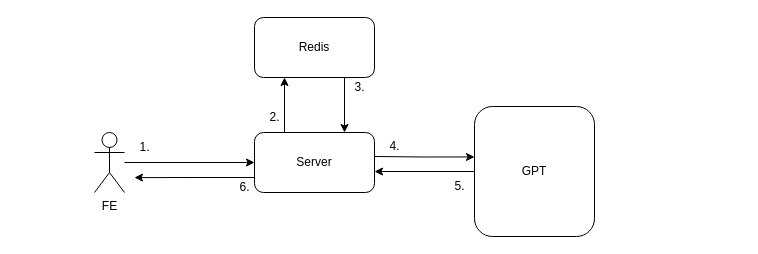
Earlier version of the draw.io diagram page "架构" (1 of 7) of docs/chatops.drawio (StLeoX/chatops). Source tidied: cells renumbered, new cells numbered last; positions are measured from the earlier drawing's top-left corner, leaving out a move shared by most shapes. Both pictures are drawn from the tidied source at 100%, with x=0, y=0 at pixel (94, 17).
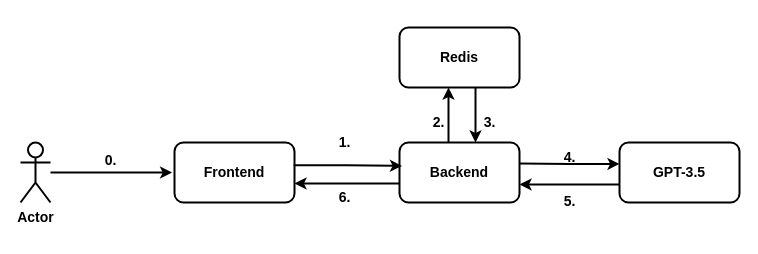
The same diagram, later.

Change to the diagram source:
```diff
@@
-    <mxCell id="2" style="edgeStyle=orthogonalEdgeStyle;rounded=0;jettySize=auto;html=1;" parent="1" edge="1" source="3" target="7">
-      <mxGeometry relative="1" as="geometry" />
+    <mxCell id="2" style="edgeStyle=orthogonalEdgeStyle;rounded=0;jettySize=auto;html=1;entryX=-0.02;entryY=0.368;entryDx=0;entryDy=0;entryPerimeter=0;strokeWidth=2;fontSize=14;fontStyle=1;" parent="1" edge="1" source="3">
+      <mxGeometry relative="1" as="geometry">
+        <mxPoint x="77.6" y="155.1" as="targetPoint" />
+      </mxGeometry>
     </mxCell>
-    <mxCell id="3" value="FE" style="shape=umlActor;verticalLabelPosition=bottom;verticalAlign=top;html=1;outlineConnect=0;" parent="1" vertex="1">
-      <mxGeometry y="115" width="30" height="60" as="geometry" />
+    <mxCell id="3" value="Actor" style="shape=umlActor;verticalLabelPosition=bottom;verticalAlign=top;html=1;outlineConnect=0;strokeWidth=2;fontSize=14;fontStyle=1;" parent="1" vertex="1">
+      <mxGeometry x="-74" y="125" width="30" height="60" as="geometry" />
     </mxCell>
-    <mxCell id="4" style="edgeStyle=orthogonalEdgeStyle;rounded=0;jettySize=auto;html=1;exitX=0.25;exitY=0;exitDx=0;exitDy=0;entryX=0.25;entryY=1;entryDx=0;entryDy=0;" parent="1" edge="1" source="7" target="9">
-      <mxGeometry relative="1" as="geometry" />
+    <mxCell id="4" style="edgeStyle=orthogonalEdgeStyle;rounded=0;orthogonalLoop=1;jettySize=auto;html=1;exitX=0.25;exitY=0;exitDx=0;exitDy=0;entryX=0.25;entryY=1;entryDx=0;entryDy=0;strokeWidth=2;fontSize=14;fontStyle=1;" parent="1" edge="1">
+      <mxGeometry relative="1" as="geometry">
+        <mxPoint x="354" y="125" as="sourcePoint" />
+        <mxPoint x="354" y="70" as="targetPoint" />
+      </mxGeometry>
     </mxCell>
-    <mxCell id="5" style="edgeStyle=orthogonalEdgeStyle;rounded=0;jettySize=auto;html=1;exitX=1;exitY=0.25;exitDx=0;exitDy=0;entryX=0;entryY=0.388;entryDx=0;entryDy=0;entryPerimeter=0;" parent="1" edge="1" target="11">
+    <mxCell id="5" style="edgeStyle=orthogonalEdgeStyle;rounded=0;orthogonalLoop=1;jettySize=auto;html=1;exitX=1;exitY=0.25;exitDx=0;exitDy=0;entryX=0;entryY=0.388;entryDx=0;entryDy=0;entryPerimeter=0;strokeWidth=2;fontSize=14;fontStyle=1;" parent="1" edge="1">
       <mxGeometry relative="1" as="geometry">
-        <mxPoint x="280" y="139" as="sourcePoint" />
+        <mxPoint x="425" y="146" as="sourcePoint" />
+        <mxPoint x="525" y="146.4" as="targetPoint" />
       </mxGeometry>
     </mxCell>
-    <mxCell id="6" style="edgeStyle=orthogonalEdgeStyle;rounded=0;jettySize=auto;html=1;exitX=0;exitY=0.75;exitDx=0;exitDy=0;" parent="1" edge="1" source="7">
-      <mxGeometry relative="1" as="geometry">
-        <mxPoint x="40" y="160.1" as="targetPoint" />
-      </mxGeometry>
-    </mxCell>
+    <mxCell id="18" style="edgeStyle=orthogonalEdgeStyle;rounded=0;orthogonalLoop=1;jettySize=auto;html=1;exitX=0;exitY=0.75;exitDx=0;exitDy=0;entryX=1;entryY=0.75;entryDx=0;entryDy=0;strokeWidth=2;fontSize=14;fontStyle=1;" parent="1" edge="1">
+      <mxGeometry relative="1" as="geometry">
+        <mxPoint x="305" y="166" as="sourcePoint" />
+        <mxPoint x="200" y="166" as="targetPoint" />
+      </mxGeometry>
+    </mxCell>
-    <mxCell id="7" value="Server" style="rounded=1;whiteSpace=wrap;html=1;" parent="1" vertex="1">
-      <mxGeometry x="160" y="115" width="120" height="60" as="geometry" />
+    <mxCell id="7" value="Backend" style="rounded=1;whiteSpace=wrap;html=1;strokeWidth=2;fontSize=14;fontStyle=1;" parent="1" vertex="1">
+      <mxGeometry x="305" y="125" width="120" height="60" as="geometry" />
     </mxCell>
-    <mxCell id="8" style="edgeStyle=orthogonalEdgeStyle;rounded=0;jettySize=auto;html=1;exitX=0.75;exitY=1;exitDx=0;exitDy=0;entryX=0.75;entryY=0;entryDx=0;entryDy=0;" parent="1" edge="1" source="9" target="7">
-      <mxGeometry relative="1" as="geometry" />
+    <mxCell id="8" style="edgeStyle=orthogonalEdgeStyle;rounded=0;orthogonalLoop=1;jettySize=auto;html=1;exitX=0.75;exitY=1;exitDx=0;exitDy=0;entryX=0.75;entryY=0;entryDx=0;entryDy=0;strokeWidth=2;fontSize=14;fontStyle=1;" parent="1" edge="1">
+      <mxGeometry relative="1" as="geometry">
+        <mxPoint x="381" y="70" as="sourcePoint" />
+        <mxPoint x="381" y="125" as="targetPoint" />
+      </mxGeometry>
     </mxCell>
-    <mxCell id="9" value="Redis" style="rounded=1;whiteSpace=wrap;html=1;" parent="1" vertex="1">
-      <mxGeometry x="160" width="120" height="60" as="geometry" />
+    <mxCell id="9" value="Redis" style="rounded=1;whiteSpace=wrap;html=1;strokeWidth=2;fontSize=14;fontStyle=1;" parent="1" vertex="1">
+      <mxGeometry x="305" y="10" width="120" height="60" as="geometry" />
     </mxCell>
-    <mxCell id="10" style="edgeStyle=orthogonalEdgeStyle;rounded=0;jettySize=auto;html=1;" parent="1" edge="1" source="11">
+    <mxCell id="10" style="edgeStyle=orthogonalEdgeStyle;rounded=0;orthogonalLoop=1;jettySize=auto;html=1;strokeWidth=2;fontSize=14;fontStyle=1;" parent="1" edge="1">
       <mxGeometry relative="1" as="geometry">
-        <mxPoint x="280" y="154" as="targetPoint" />
+        <mxPoint x="525" y="167" as="sourcePoint" />
+        <mxPoint x="425" y="167" as="targetPoint" />
       </mxGeometry>
     </mxCell>
-    <mxCell id="11" value="GPT" style="rounded=1;whiteSpace=wrap;html=1;" parent="1" vertex="1">
-      <mxGeometry x="380" y="89" width="120" height="130" as="geometry" />
-    </mxCell>
-    <mxCell id="12" value="1." style="text;html=1;align=center;verticalAlign=middle;strokeColor=none;fillColor=none;" parent="1" vertex="1">
-      <mxGeometry x="35" y="115" width="30" height="30" as="geometry" />
+    <mxCell id="12" value="1." style="text;html=1;align=center;verticalAlign=middle;strokeColor=none;fillColor=none;strokeWidth=2;fontSize=14;fontStyle=1;" parent="1" vertex="1">
+      <mxGeometry x="230" y="110" width="40" height="30" as="geometry" />
     </mxCell>
-    <mxCell id="13" value="2." style="text;html=1;align=center;verticalAlign=middle;strokeColor=none;fillColor=none;" parent="1" vertex="1">
-      <mxGeometry x="165" y="85" width="30" height="30" as="geometry" />
+    <mxCell id="13" value="2." style="text;html=1;align=center;verticalAlign=middle;strokeColor=none;fillColor=none;strokeWidth=2;fontSize=14;fontStyle=1;" parent="1" vertex="1">
+      <mxGeometry x="324" y="90" width="40" height="30" as="geometry" />
     </mxCell>
-    <mxCell id="14" value="3." style="text;html=1;align=center;verticalAlign=middle;strokeColor=none;fillColor=none;" parent="1" vertex="1">
-      <mxGeometry x="250" y="55" width="30" height="30" as="geometry" />
+    <mxCell id="14" value="3." style="text;html=1;align=center;verticalAlign=middle;strokeColor=none;fillColor=none;strokeWidth=2;fontSize=14;fontStyle=1;" parent="1" vertex="1">
+      <mxGeometry x="375" y="90" width="40" height="30" as="geometry" />
     </mxCell>
-    <mxCell id="15" value="4." style="text;html=1;align=center;verticalAlign=middle;strokeColor=none;fillColor=none;" parent="1" vertex="1">
-      <mxGeometry x="285" y="114" width="30" height="30" as="geometry" />
+    <mxCell id="15" value="4." style="text;html=1;align=center;verticalAlign=middle;strokeColor=none;fillColor=none;strokeWidth=2;fontSize=14;fontStyle=1;" parent="1" vertex="1">
+      <mxGeometry x="455" y="125" width="40" height="30" as="geometry" />
     </mxCell>
-    <mxCell id="16" value="5." style="text;html=1;align=center;verticalAlign=middle;strokeColor=none;fillColor=none;" parent="1" vertex="1">
-      <mxGeometry x="350" y="154" width="30" height="30" as="geometry" />
+    <mxCell id="16" value="5." style="text;html=1;align=center;verticalAlign=middle;strokeColor=none;fillColor=none;strokeWidth=2;fontSize=14;fontStyle=1;" parent="1" vertex="1">
+      <mxGeometry x="455" y="169" width="40" height="30" as="geometry" />
     </mxCell>
+    <mxCell id="19" value="GPT-3.5" style="rounded=1;whiteSpace=wrap;html=1;strokeWidth=2;fontSize=14;fontStyle=1;" parent="1" vertex="1">
+      <mxGeometry x="525" y="125" width="120" height="60" as="geometry" />
+    </mxCell>
+    <mxCell id="20" value="Frontend" style="rounded=1;whiteSpace=wrap;html=1;strokeWidth=2;fontSize=14;fontStyle=1;" parent="1" vertex="1">
+      <mxGeometry x="80" y="125" width="120" height="60" as="geometry" />
+    </mxCell>
+    <mxCell id="21" value="0." style="text;html=1;align=center;verticalAlign=middle;strokeColor=none;fillColor=none;strokeWidth=2;fontSize=14;fontStyle=1;" parent="1" vertex="1">
+      <mxGeometry x="-4" y="128" width="40" height="30" as="geometry" />
+    </mxCell>
+    <mxCell id="22" style="edgeStyle=orthogonalEdgeStyle;rounded=0;jettySize=auto;html=1;exitX=0.994;exitY=0.38;exitDx=0;exitDy=0;entryX=0.021;entryY=0.391;entryDx=0;entryDy=0;entryPerimeter=0;exitPerimeter=0;strokeWidth=2;fontSize=14;fontStyle=1;" parent="1" edge="1" source="20" target="7">
+      <mxGeometry relative="1" as="geometry" />
+    </mxCell>
-    <mxCell id="17" value="6." style="text;html=1;align=center;verticalAlign=middle;strokeColor=none;fillColor=none;" parent="1" vertex="1">
-      <mxGeometry x="135" y="155" width="30" height="30" as="geometry" />
+    <mxCell id="17" value="6." style="text;html=1;align=center;verticalAlign=middle;strokeColor=none;fillColor=none;strokeWidth=2;fontSize=14;fontStyle=1;" parent="1" vertex="1">
+      <mxGeometry x="230" y="165" width="40" height="30" as="geometry" />
     </mxCell>
```
